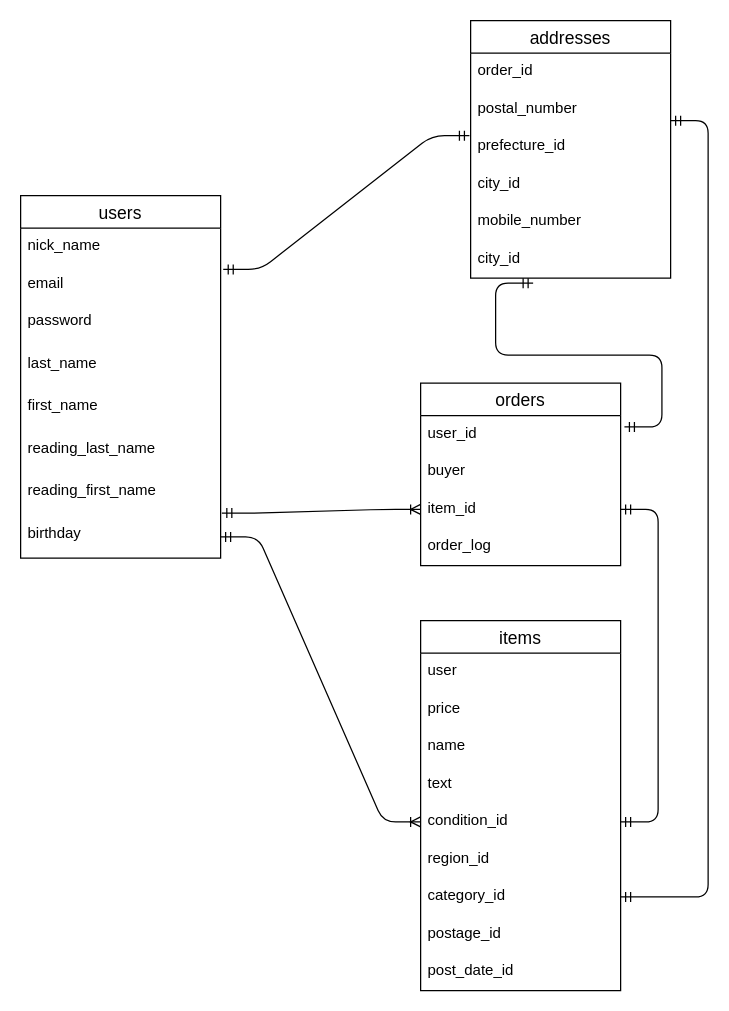
Before: furima_ER.dio in naririri/furima-36244, a draw.io diagram. Source tidied: cells renumbered, new cells numbered last; positions are measured from the earlier drawing's top-left corner, leaving out a move shared by most shapes. Both pictures are drawn from the tidied source at 125%, with x=0, y=0 at pixel (20, 20).
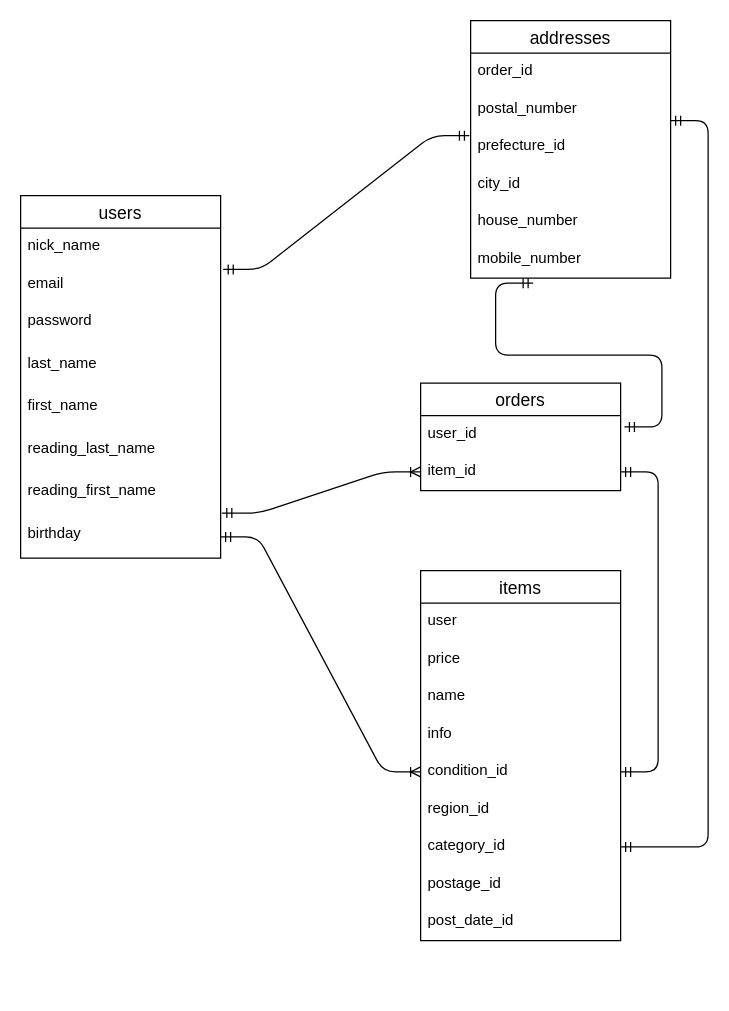
The same diagram, later.

Commit message (it also covers changes not shown here):
Issue3再々提出

Unchanged cells that the change refers to:
```xml
<mxCell id="21" value="addresses" style="swimlane;fontStyle=0;horizontal=1;startSize=26;align=center;fontSize=14;" parent="1" vertex="1">
  <mxGeometry x="360" width="160" height="206" as="geometry" />
</mxCell>
```

Change to the diagram source:
```diff
@@
     <mxCell id="11" value="items" style="swimlane;fontStyle=0;horizontal=1;startSize=26;align=center;fontSize=14;" parent="1" vertex="1">
-      <mxGeometry x="320" y="480" width="160" height="296" as="geometry" />
+      <mxGeometry x="320" y="440" width="160" height="296" as="geometry" />
     </mxCell>
@@
-    <mxCell id="15" value="text" style="text;strokeColor=none;fillColor=none;spacingLeft=4;spacingRight=4;overflow=hidden;fontSize=12;" parent="11" vertex="1">
+    <mxCell id="15" value="info" style="text;strokeColor=none;fillColor=none;spacingLeft=4;spacingRight=4;overflow=hidden;fontSize=12;" parent="11" vertex="1">
       <mxGeometry y="116" width="160" height="30" as="geometry" />
     </mxCell>
@@
+    <mxCell id="27" value="house_number" style="text;strokeColor=none;fillColor=none;spacingLeft=4;spacingRight=4;overflow=hidden;fontSize=12;" parent="21" vertex="1">
+      <mxGeometry y="146" width="160" height="30" as="geometry" />
+    </mxCell>
     <mxCell id="26" value="mobile_number" style="text;strokeColor=none;fillColor=none;spacingLeft=4;spacingRight=4;overflow=hidden;fontSize=12;" parent="21" vertex="1">
-      <mxGeometry y="146" width="160" height="30" as="geometry" />
+      <mxGeometry y="176" width="160" height="30" as="geometry" />
     </mxCell>
-    <mxCell id="27" value="city_id" style="text;strokeColor=none;fillColor=none;spacingLeft=4;spacingRight=4;overflow=hidden;fontSize=12;" parent="21" vertex="1">
-      <mxGeometry y="176" width="160" height="30" as="geometry" />
-    </mxCell>
     <mxCell id="28" value="orders" style="swimlane;fontStyle=0;horizontal=1;startSize=26;align=center;fontSize=14;" parent="1" vertex="1">
-      <mxGeometry x="320" y="290" width="160" height="146" as="geometry" />
+      <mxGeometry x="320" y="290" width="160" height="86" as="geometry" />
     </mxCell>
@@
-    <mxCell id="30" value="buyer" style="text;strokeColor=none;fillColor=none;spacingLeft=4;spacingRight=4;overflow=hidden;fontSize=12;" parent="28" vertex="1">
-      <mxGeometry y="56" width="160" height="30" as="geometry" />
-    </mxCell>
     <mxCell id="31" value="item_id" style="text;strokeColor=none;fillColor=none;spacingLeft=4;spacingRight=4;overflow=hidden;points=[[0,0.5],[1,0.5]];portConstraint=eastwest;fontSize=12;" parent="28" vertex="1">
-      <mxGeometry y="86" width="160" height="30" as="geometry" />
+      <mxGeometry y="56" width="160" height="30" as="geometry" />
     </mxCell>
-    <mxCell id="32" value="order_log" style="text;strokeColor=none;fillColor=none;spacingLeft=4;spacingRight=4;overflow=hidden;fontSize=12;" parent="28" vertex="1">
-      <mxGeometry y="116" width="160" height="30" as="geometry" />
-    </mxCell>
```
